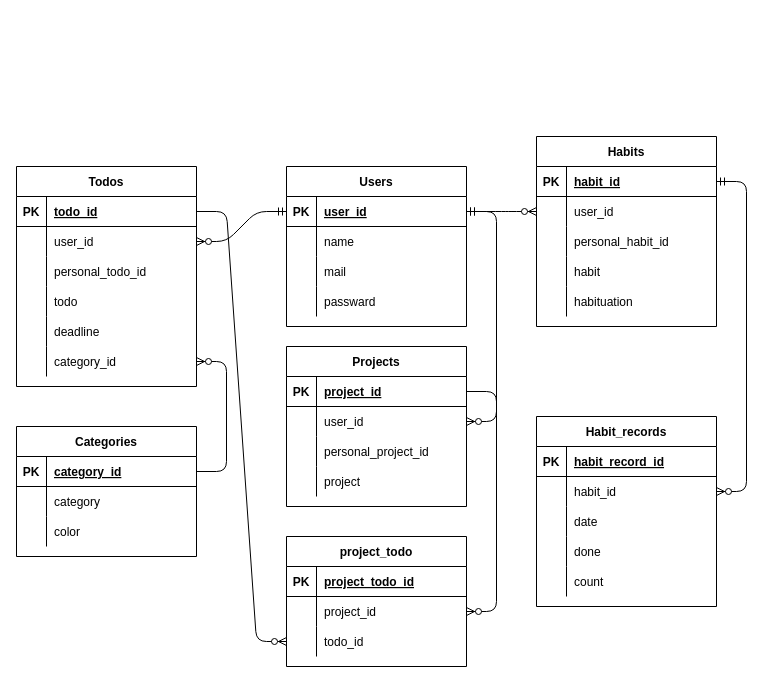
The draw.io diagram ER_diagram/Motiva_ER.drawio in pndnism/Motiva, before the edit. Source tidied: cells renumbered, new cells numbered last; positions are measured from the earlier drawing's top-left corner, leaving out a move shared by most shapes. Both pictures are drawn from the tidied source at 100%, with x=0, y=0 at pixel (16, 136).
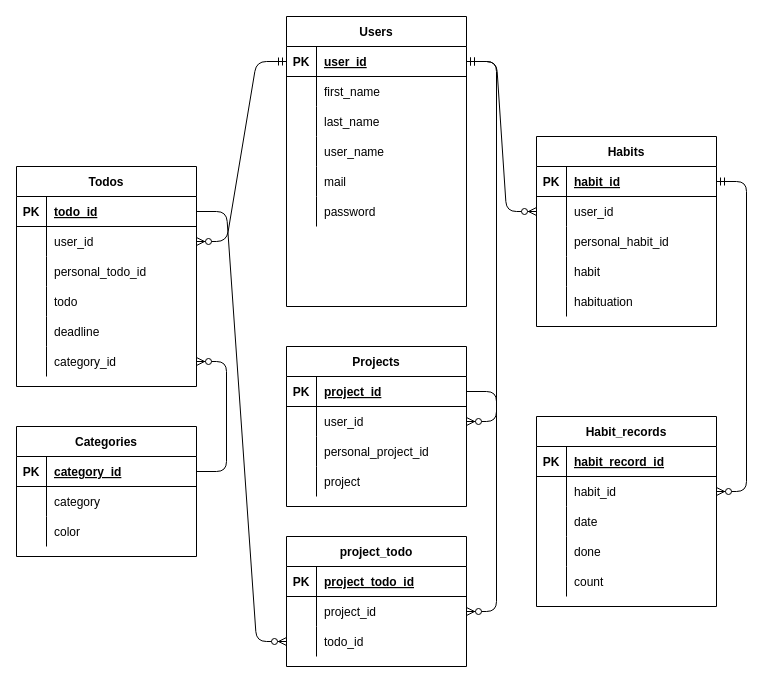
After the change.

Commit message:
ER図更新(userテーブル)

The change refers to these unchanged cells:
```xml
<mxCell id="6" style="shape=partialRectangle;fillColor=none;top=0;left=0;bottom=0;right=0;" parent="2" vertex="1">
  <mxGeometry y="60" width="180" height="30" as="geometry" />
</mxCell>
<mxCell id="9" style="shape=partialRectangle;fillColor=none;top=0;left=0;bottom=0;right=0;" parent="2" vertex="1">
  <mxGeometry y="90" width="180" height="30" as="geometry" />
</mxCell>
<mxCell id="12" style="shape=partialRectangle;fillColor=none;top=0;left=0;bottom=0;right=0;" parent="2" vertex="1">
  <mxGeometry y="120" width="180" height="30" as="geometry" />
</mxCell>
```

Diff of the diagram source:
```diff
@@
     <mxCell id="2" value="Users" style="shape=table;startSize=30;childLayout=tableLayout;rowLines=0;fontStyle=1;align=center;" parent="1" vertex="1">
-      <mxGeometry x="270" y="30" width="180" height="160" as="geometry" />
+      <mxGeometry x="270" y="-120" width="180" height="290" as="geometry" />
     </mxCell>
@@
-    <mxCell id="8" value="name" style="shape=partialRectangle;fillColor=none;top=0;left=0;bottom=0;right=0;align=left;spacingLeft=6;overflow=hidden;" parent="6" vertex="1">
+    <mxCell id="8" value="first_name" style="shape=partialRectangle;fillColor=none;top=0;left=0;bottom=0;right=0;align=left;spacingLeft=6;overflow=hidden;" parent="6" vertex="1">
       <mxGeometry x="30" width="150" height="30" as="geometry" />
     </mxCell>
@@
-    <mxCell id="11" value="mail" style="shape=partialRectangle;fillColor=none;top=0;left=0;bottom=0;right=0;align=left;spacingLeft=6;overflow=hidden;" parent="9" vertex="1">
+    <mxCell id="11" value="last_name" style="shape=partialRectangle;fillColor=none;top=0;left=0;bottom=0;right=0;align=left;spacingLeft=6;overflow=hidden;" parent="9" vertex="1">
       <mxGeometry x="30" width="150" height="30" as="geometry" />
     </mxCell>
@@
-    <mxCell id="14" value="passward" style="shape=partialRectangle;fillColor=none;top=0;left=0;bottom=0;right=0;align=left;spacingLeft=6;overflow=hidden;" parent="12" vertex="1">
+    <mxCell id="14" value="user_name" style="shape=partialRectangle;fillColor=none;top=0;left=0;bottom=0;right=0;align=left;spacingLeft=6;overflow=hidden;" parent="12" vertex="1">
       <mxGeometry x="30" width="150" height="30" as="geometry" />
     </mxCell>
+    <mxCell id="106" style="shape=partialRectangle;fillColor=none;top=0;left=0;bottom=0;right=0;" parent="2" vertex="1">
+      <mxGeometry y="150" width="180" height="30" as="geometry" />
+    </mxCell>
+    <mxCell id="107" style="shape=partialRectangle;fillColor=none;top=0;left=0;bottom=0;right=0;overflow=hidden;" parent="106" vertex="1">
+      <mxGeometry width="30" height="30" as="geometry" />
+    </mxCell>
+    <mxCell id="108" value="mail" style="shape=partialRectangle;fillColor=none;top=0;left=0;bottom=0;right=0;align=left;spacingLeft=6;overflow=hidden;" parent="106" vertex="1">
+      <mxGeometry x="30" width="150" height="30" as="geometry" />
+    </mxCell>
+    <mxCell id="109" style="shape=partialRectangle;fillColor=none;top=0;left=0;bottom=0;right=0;" parent="2" vertex="1">
+      <mxGeometry y="180" width="180" height="30" as="geometry" />
+    </mxCell>
+    <mxCell id="110" style="shape=partialRectangle;fillColor=none;top=0;left=0;bottom=0;right=0;overflow=hidden;" parent="109" vertex="1">
+      <mxGeometry width="30" height="30" as="geometry" />
+    </mxCell>
+    <mxCell id="111" value="password" style="shape=partialRectangle;fillColor=none;top=0;left=0;bottom=0;right=0;align=left;spacingLeft=6;overflow=hidden;" parent="109" vertex="1">
+      <mxGeometry x="30" width="150" height="30" as="geometry" />
+    </mxCell>
```
